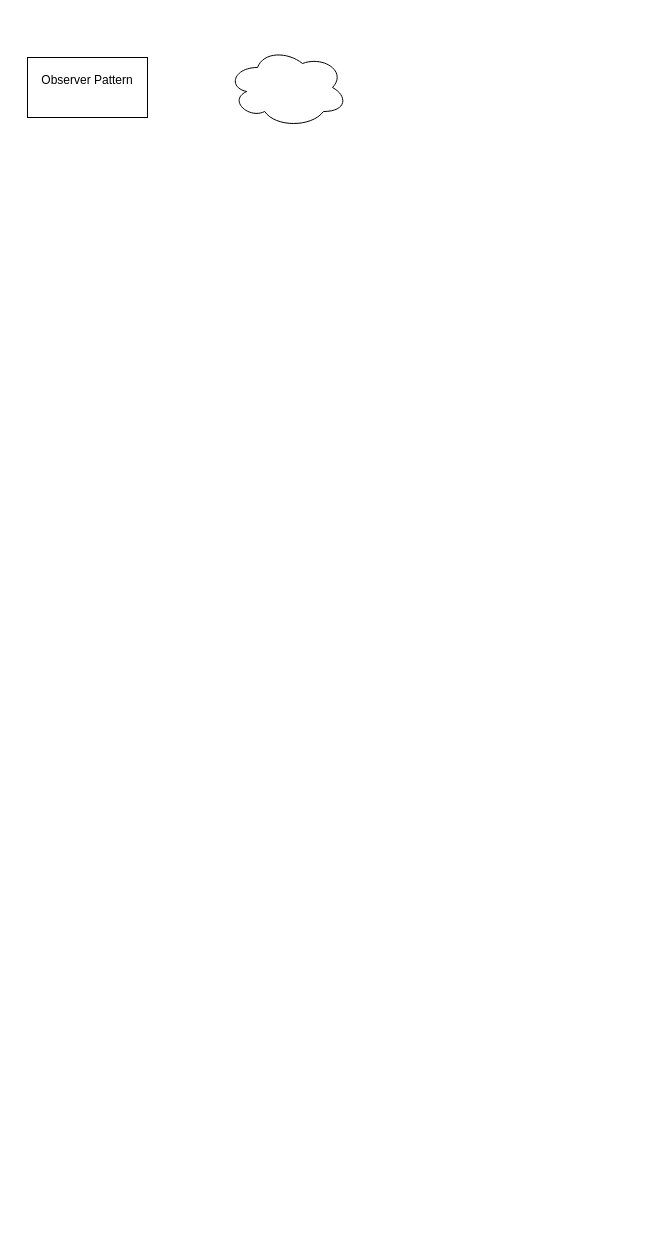
Before: page "ObserverDesignPattern" (6 of 7) of Diagrams/New Features Java.drawio in THRGLO02MAY2025GIT-HUB/THRGLO02MAY2025GIT-REPO, a draw.io diagram. Source tidied: cells renumbered, new cells numbered last; positions are measured from the earlier drawing's top-left corner, leaving out a move shared by most shapes. Both pictures are drawn from the tidied source at 100%, with x=0, y=0 at pixel (27, 47).
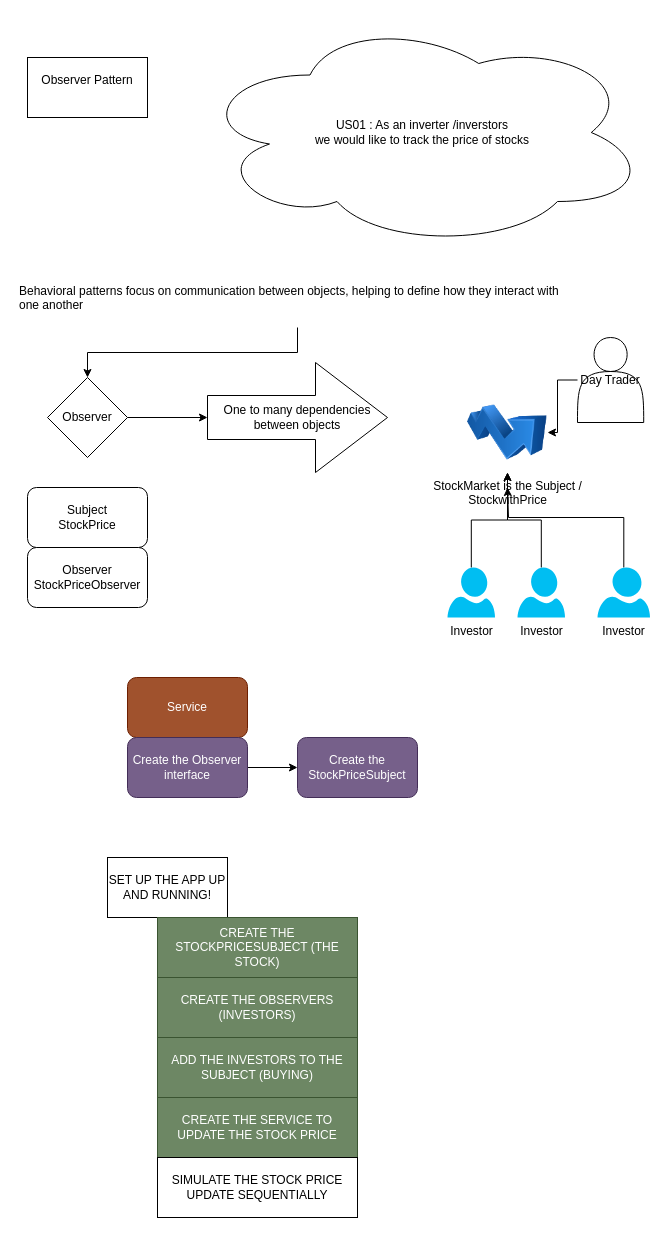
After the change.

Diff of the diagram source:
```diff
@@
-    <mxCell id="3" style="ellipse;shape=cloud;whiteSpace=wrap;html=1;" parent="1" vertex="1">
-      <mxGeometry x="200" width="120" height="80" as="geometry" />
+    <mxCell id="3" value="US01 : As an inverter /inverstors&lt;div&gt;we would like to track the price of stocks&lt;/div&gt;" style="ellipse;shape=cloud;whiteSpace=wrap;html=1;" parent="1" vertex="1">
+      <mxGeometry x="170" y="-30" width="450" height="230" as="geometry" />
     </mxCell>
+    <mxCell id="4" style="edgeStyle=orthogonalEdgeStyle;rounded=0;jettySize=auto;html=1;" parent="1" edge="1" source="5" target="7">
+      <mxGeometry relative="1" as="geometry" />
+    </mxCell>
+    <mxCell id="5" value="Behavioral patterns focus on communication between objects, helping to define how they interact with one another" style="text;whiteSpace=wrap;" parent="1" vertex="1">
+      <mxGeometry x="-10" y="230" width="560" height="50" as="geometry" />
+    </mxCell>
+    <mxCell id="6" style="edgeStyle=orthogonalEdgeStyle;rounded=0;jettySize=auto;html=1;" parent="1" edge="1" source="7" target="8">
+      <mxGeometry relative="1" as="geometry" />
+    </mxCell>
+    <mxCell id="7" value="Observer" style="rhombus;whiteSpace=wrap;html=1;" parent="1" vertex="1">
+      <mxGeometry x="20" y="330" width="80" height="80" as="geometry" />
+    </mxCell>
+    <mxCell id="8" value="One to many dependencies between objects" style="shape=singleArrow;whiteSpace=wrap;html=1;arrowWidth=0.4;arrowSize=0.4;" parent="1" vertex="1">
+      <mxGeometry x="180" y="315" width="180" height="110" as="geometry" />
+    </mxCell>
+    <mxCell id="9" value="Subject&lt;div&gt;StockPrice&lt;/div&gt;" style="rounded=1;whiteSpace=wrap;html=1;" parent="1" vertex="1">
+      <mxGeometry y="440" width="120" height="60" as="geometry" />
+    </mxCell>
+    <mxCell id="10" value="Observer&lt;div&gt;StockPriceObserver&lt;/div&gt;" style="rounded=1;whiteSpace=wrap;html=1;" parent="1" vertex="1">
+      <mxGeometry y="500" width="120" height="60" as="geometry" />
+    </mxCell>
+    <mxCell id="11" value="Service" style="rounded=1;whiteSpace=wrap;html=1;fillColor=#a0522d;fontColor=#ffffff;strokeColor=#6D1F00;" parent="1" vertex="1">
+      <mxGeometry x="100" y="630" width="120" height="60" as="geometry" />
+    </mxCell>
+    <mxCell id="12" value="StockMarket is the Subject /&lt;div&gt;StockwithPrice&lt;/div&gt;" style="image;html=1;image=img/lib/clip_art/finance/Stock_Up_128x128.png;" parent="1" vertex="1">
+      <mxGeometry x="440" y="345" width="80" height="80" as="geometry" />
+    </mxCell>
+    <mxCell id="13" style="edgeStyle=orthogonalEdgeStyle;rounded=0;jettySize=auto;html=1;" parent="1" edge="1" source="14" target="12">
+      <mxGeometry relative="1" as="geometry" />
+    </mxCell>
+    <mxCell id="14" value="Investor" style="verticalLabelPosition=bottom;html=1;verticalAlign=top;align=center;strokeColor=none;fillColor=#00BEF2;shape=mxgraph.azure.user;" parent="1" vertex="1">
+      <mxGeometry x="490" y="520" width="47.5" height="50" as="geometry" />
+    </mxCell>
+    <mxCell id="15" style="edgeStyle=orthogonalEdgeStyle;rounded=0;jettySize=auto;html=1;" parent="1" edge="1" source="16" target="12">
+      <mxGeometry relative="1" as="geometry" />
+    </mxCell>
+    <mxCell id="16" value="Investor" style="verticalLabelPosition=bottom;html=1;verticalAlign=top;align=center;strokeColor=none;fillColor=#00BEF2;shape=mxgraph.azure.user;" parent="1" vertex="1">
+      <mxGeometry x="420" y="520" width="47.5" height="50" as="geometry" />
+    </mxCell>
+    <mxCell id="17" style="edgeStyle=orthogonalEdgeStyle;rounded=0;jettySize=auto;html=1;" parent="1" edge="1" source="18">
+      <mxGeometry relative="1" as="geometry">
+        <mxPoint x="480" y="440" as="targetPoint" />
+        <Array as="points">
+          <mxPoint x="596" y="470" />
+          <mxPoint x="481" y="470" />
+          <mxPoint x="481" y="440" />
+        </Array>
+      </mxGeometry>
+    </mxCell>
+    <mxCell id="18" value="Investor" style="verticalLabelPosition=bottom;html=1;verticalAlign=top;align=center;strokeColor=none;fillColor=#00BEF2;shape=mxgraph.azure.user;" parent="1" vertex="1">
+      <mxGeometry x="570" y="520" width="52.5" height="50" as="geometry" />
+    </mxCell>
+    <mxCell id="19" style="edgeStyle=orthogonalEdgeStyle;rounded=0;jettySize=auto;html=1;" parent="1" edge="1" source="20" target="21">
+      <mxGeometry relative="1" as="geometry" />
+    </mxCell>
+    <mxCell id="20" value="Create the Observer interface" style="rounded=1;whiteSpace=wrap;html=1;fillColor=#76608a;fontColor=#ffffff;strokeColor=#432D57;" parent="1" vertex="1">
+      <mxGeometry x="100" y="690" width="120" height="60" as="geometry" />
+    </mxCell>
+    <mxCell id="21" value="Create the StockPriceSubject" style="rounded=1;whiteSpace=wrap;html=1;fillColor=#76608a;fontColor=#ffffff;strokeColor=#432D57;" parent="1" vertex="1">
+      <mxGeometry x="270" y="690" width="120" height="60" as="geometry" />
+    </mxCell>
+    <mxCell id="22" style="edgeStyle=orthogonalEdgeStyle;rounded=0;jettySize=auto;html=1;entryX=1;entryY=0.5;entryDx=0;entryDy=0;" parent="1" edge="1" source="23" target="12">
+      <mxGeometry relative="1" as="geometry" />
+    </mxCell>
+    <mxCell id="23" value="Day Trader" style="shape=actor;whiteSpace=wrap;html=1;" parent="1" vertex="1">
+      <mxGeometry x="550" y="290" width="66.2" height="85" as="geometry" />
+    </mxCell>
+    <mxCell id="24" value="SET UP THE APP UP AND RUNNING!" style="rounded=0;whiteSpace=wrap;html=1;" parent="1" vertex="1">
+      <mxGeometry x="80" y="810" width="120" height="60" as="geometry" />
+    </mxCell>
+    <mxCell id="25" value="CREATE THE STOCKPRICESUBJECT (THE STOCK)" style="rounded=0;whiteSpace=wrap;html=1;fillColor=#6d8764;fontColor=#ffffff;strokeColor=#3A5431;" parent="1" vertex="1">
+      <mxGeometry x="130" y="870" width="200" height="60" as="geometry" />
+    </mxCell>
+    <mxCell id="26" value="CREATE THE OBSERVERS (INVESTORS)" style="rounded=0;whiteSpace=wrap;html=1;fillColor=#6d8764;fontColor=#ffffff;strokeColor=#3A5431;" parent="1" vertex="1">
+      <mxGeometry x="130" y="930" width="200" height="60" as="geometry" />
+    </mxCell>
+    <mxCell id="27" value="ADD THE INVESTORS TO THE SUBJECT (BUYING)" style="rounded=0;whiteSpace=wrap;html=1;fillColor=#6d8764;fontColor=#ffffff;strokeColor=#3A5431;" parent="1" vertex="1">
+      <mxGeometry x="130" y="990" width="200" height="60" as="geometry" />
+    </mxCell>
+    <mxCell id="28" value="CREATE THE SERVICE TO UPDATE THE STOCK PRICE" style="rounded=0;whiteSpace=wrap;html=1;fillColor=#6d8764;fontColor=#ffffff;strokeColor=#3A5431;" parent="1" vertex="1">
+      <mxGeometry x="130" y="1050" width="200" height="60" as="geometry" />
+    </mxCell>
+    <mxCell id="29" value="SIMULATE THE STOCK PRICE UPDATE SEQUENTIALLY" style="rounded=0;whiteSpace=wrap;html=1;" parent="1" vertex="1">
+      <mxGeometry x="130" y="1110" width="200" height="60" as="geometry" />
+    </mxCell>
```
